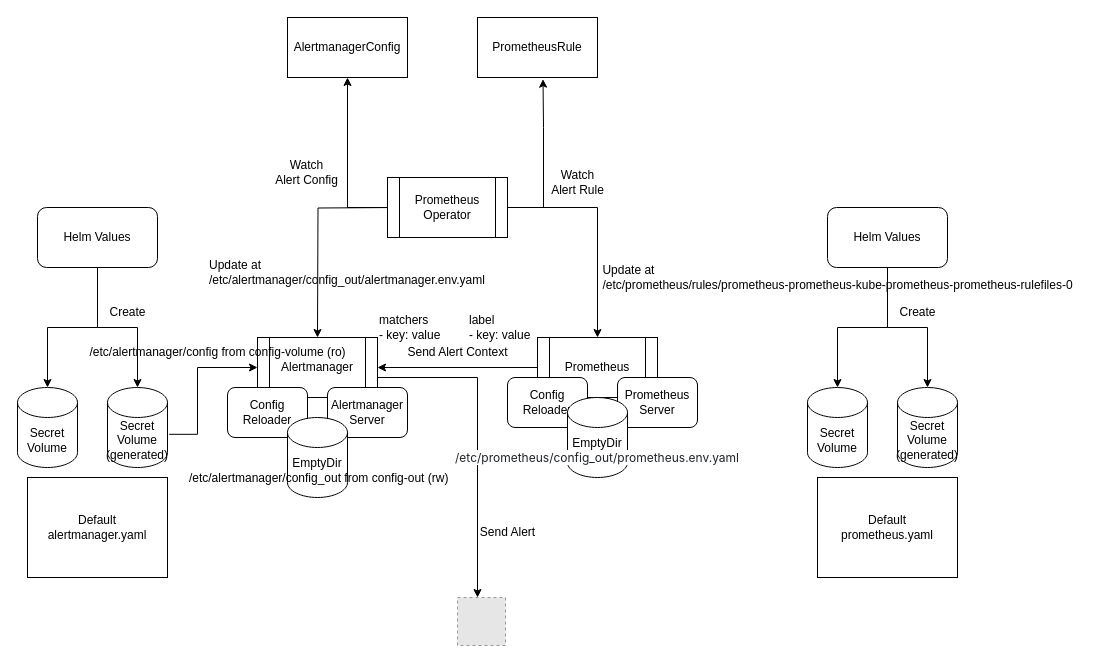
This is page "Overall" (1 of 5) of addons/prometheus-stack/concepts/promstack.drawio from hyukjuns/kubernetes, a draw.io file, before an edit. Source tidied: cells renumbered, new cells numbered last; positions are measured from the earlier drawing's top-left corner, leaving out a move shared by most shapes. Both pictures are drawn from the tidied source at 100%, with x=0, y=0 at pixel (17, 17). Pictures stored in the file or linked from it are replaced by grey dashed boxes.
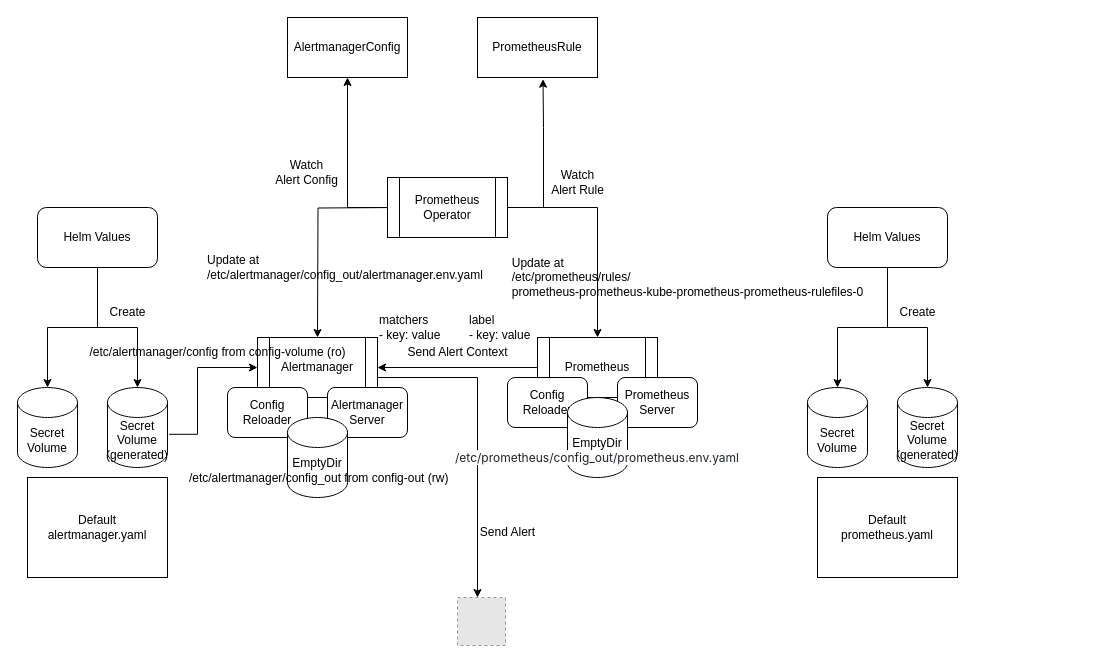
The same page after the edit.

Commit message:
update promstack concepts

Diff of the diagram source:
```diff
@@
     <mxCell id="24" value="Update at&lt;div&gt;/etc/alertmanager/config_out/alertmanager.env.yaml&lt;/div&gt;" style="text;html=1;align=left;verticalAlign=middle;strokeColor=none;fillColor=none;" parent="1" vertex="1">
-      <mxGeometry x="190" y="235" width="300" height="40" as="geometry" />
+      <mxGeometry x="188" y="230" width="300" height="40" as="geometry" />
     </mxCell>
-    <mxCell id="25" value="&lt;div style=&quot;text-align: left;&quot;&gt;&lt;span style=&quot;background-color: initial;&quot;&gt;Update at&lt;/span&gt;&lt;/div&gt;&lt;div style=&quot;text-align: left;&quot;&gt;/etc/prometheus/rules/prometheus-prometheus-kube-prometheus-prometheus-rulefiles-0&lt;br&gt;&lt;/div&gt;" style="text;html=1;align=center;verticalAlign=middle;strokeColor=none;fillColor=none;" parent="1" vertex="1">
-      <mxGeometry x="575" y="240" width="490" height="40" as="geometry" />
+    <mxCell id="25" value="&lt;div style=&quot;text-align: left;&quot;&gt;&lt;span style=&quot;background-color: initial;&quot;&gt;Update at&lt;/span&gt;&lt;/div&gt;&lt;div style=&quot;text-align: left;&quot;&gt;/etc/prometheus/rules/&lt;/div&gt;&lt;div style=&quot;text-align: left;&quot;&gt;prometheus-prometheus-kube-prometheus-prometheus-rulefiles-0&lt;br&gt;&lt;/div&gt;" style="text;html=1;align=center;verticalAlign=middle;strokeColor=none;fillColor=none;" parent="1" vertex="1">
+      <mxGeometry x="480" y="230" width="380" height="60" as="geometry" />
     </mxCell>
```
